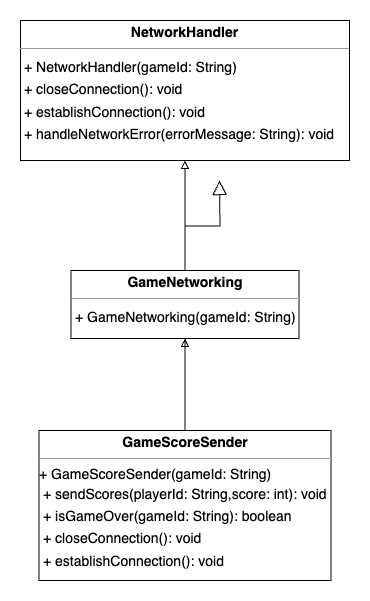
SarimEkram/Multiplayer-Board-platform keeps this draw.io diagram as iteration1_deliverables/class_structure_diagrams/GameScoreSender_structure.png. Above is the earlier version. Source tidied: cells renumbered, new cells last; positions are measured from the earlier drawing's top-left corner, leaving out a move shared by most shapes.
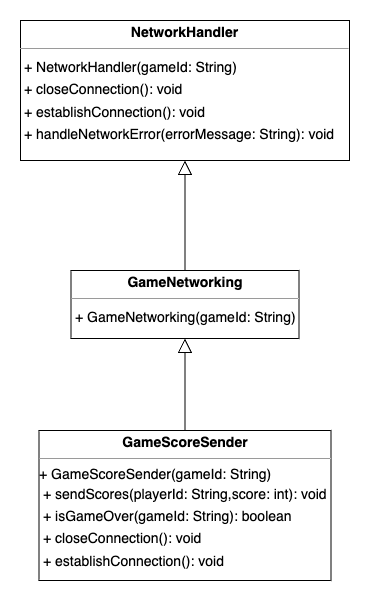
Later version of the same file.

Commit message:
corrected background for GameScoreSender_structure.png

Diff of the diagram source:
```diff
@@ -2,28 +2,20 @@
   <root>
     <mxCell id="0" />
     <mxCell id="1" parent="0" />
-    <mxCell id="2" style="edgeStyle=orthogonalEdgeStyle;rounded=0;jettySize=auto;html=1;exitX=0.5;exitY=0;exitDx=0;exitDy=0;entryX=0.5;entryY=1;entryDx=0;entryDy=0;endArrow=block;endFill=0;" parent="1" edge="1" source="3" target="6">
-      <mxGeometry relative="1" as="geometry" />
-    </mxCell>
     <mxCell id="3" value="&lt;p style=&quot;margin:0px;margin-top:4px;text-align:center;&quot;&gt;&lt;b&gt;GameNetworking&lt;/b&gt;&lt;/p&gt;&lt;hr size=&quot;1&quot;&gt;&lt;p style=&quot;margin:0 0 0 4px;line-height:1.6;&quot;&gt;+ GameNetworking(gameId: String)&lt;/p&gt;" style="verticalAlign=top;align=left;overflow=fill;fontSize=14;fontFamily=Helvetica;html=1;rounded=0;shadow=0;comic=0;labelBackgroundColor=none;strokeWidth=1;" parent="1" vertex="1">
       <mxGeometry x="50.5" y="250" width="228" height="68" as="geometry" />
     </mxCell>
-    <mxCell id="4" style="edgeStyle=orthogonalEdgeStyle;rounded=0;jettySize=auto;html=1;exitX=0.5;exitY=0;exitDx=0;exitDy=0;entryX=0.5;entryY=1;entryDx=0;entryDy=0;endArrow=block;endFill=0;" parent="1" edge="1" source="5" target="3">
-      <mxGeometry relative="1" as="geometry" />
-    </mxCell>
     <mxCell id="5" value="&lt;p style=&quot;margin:0px;margin-top:4px;text-align:center;&quot;&gt;&lt;b&gt;GameScoreSender&lt;/b&gt;&lt;/p&gt;&lt;hr size=&quot;1&quot;&gt;+ GameScoreSender(gameId: String)&amp;nbsp;&lt;p style=&quot;margin:0 0 0 4px;line-height:1.6;&quot;&gt;+ sendScores(playerId: String,score: int): void&lt;br&gt;+ isGameOver(gameId: String): boolean&lt;br&gt;+ closeConnection(): void&lt;br&gt;+ establishConnection(): void&lt;/p&gt;" style="verticalAlign=top;align=left;overflow=fill;fontSize=14;fontFamily=Helvetica;html=1;rounded=0;shadow=0;comic=0;labelBackgroundColor=none;strokeWidth=1;" parent="1" vertex="1">
       <mxGeometry x="18.5" y="410" width="292" height="150" as="geometry" />
     </mxCell>
     <mxCell id="6" value="&lt;p style=&quot;margin:0px;margin-top:4px;text-align:center;&quot;&gt;&lt;b&gt;NetworkHandler&lt;/b&gt;&lt;/p&gt;&lt;hr size=&quot;1&quot;&gt;&lt;p style=&quot;margin:0 0 0 4px;line-height:1.6;&quot;&gt;+ NetworkHandler(gameId: String)&lt;br&gt;&lt;/p&gt;&lt;p style=&quot;margin:0 0 0 4px;line-height:1.6;&quot;&gt;+ closeConnection(): void&lt;/p&gt;&lt;p style=&quot;margin:0 0 0 4px;line-height:1.6;&quot;&gt;+ establishConnection(): void&lt;br&gt;+ handleNetworkError(errorMessage: String): void&lt;/p&gt;" style="verticalAlign=top;align=left;overflow=fill;fontSize=14;fontFamily=Helvetica;html=1;rounded=0;shadow=0;comic=0;labelBackgroundColor=none;strokeWidth=1;" parent="1" vertex="1">
       <mxGeometry width="329" height="140" as="geometry" />
     </mxCell>
-    <mxCell id="7" style="html=1;rounded=0;dashed=0;startArrow=none;endArrow=block;endSize=12;strokeColor=light-dark(#000000, #ddddff);exitX=0.500;exitY=0.001;exitDx=0;exitDy=0;edgeStyle=orthogonalEdgeStyle;curved=0;endFill=0;" parent="1" edge="1" source="3">
-      <mxGeometry relative="1" as="geometry">
-        <mxPoint x="199" y="160" as="targetPoint" />
-      </mxGeometry>
+    <mxCell id="7" style="html=1;rounded=0;dashed=0;startArrow=none;endArrow=block;endSize=12;strokeColor=light-dark(#000000, #ddddff);exitX=0.500;exitY=0.001;exitDx=0;exitDy=0;edgeStyle=orthogonalEdgeStyle;curved=0;endFill=0;entryX=0.5;entryY=1;entryDx=0;entryDy=0;" parent="1" edge="1" source="3" target="6">
+      <mxGeometry relative="1" as="geometry" />
     </mxCell>
-    <mxCell id="8" style="html=1;rounded=0;dashed=0;startArrow=none;endArrow=none;endSize=12;strokeColor=light-dark(#000000, #ddddff);exitX=0.500;exitY=0.000;exitDx=0;exitDy=0;entryX=0.5;entryY=1;entryDx=0;entryDy=0;edgeStyle=orthogonalEdgeStyle;curved=0;endFill=0;" parent="1" edge="1" source="5" target="3">
-      <mxGeometry relative="1" as="geometry" />
-    </mxCell>
+    <mxCell id="9" style="html=1;rounded=0;dashed=0;startArrow=none;endArrow=block;endSize=12;strokeColor=light-dark(#000000, #ddddff);exitX=0.5;exitY=0;exitDx=0;exitDy=0;edgeStyle=orthogonalEdgeStyle;curved=0;endFill=0;entryX=0.5;entryY=1;entryDx=0;entryDy=0;" parent="1" edge="1" source="5" target="3">
+      <mxGeometry relative="1" as="geometry" />
+    </mxCell>
   </root>
 </mxGraphModel>
```
